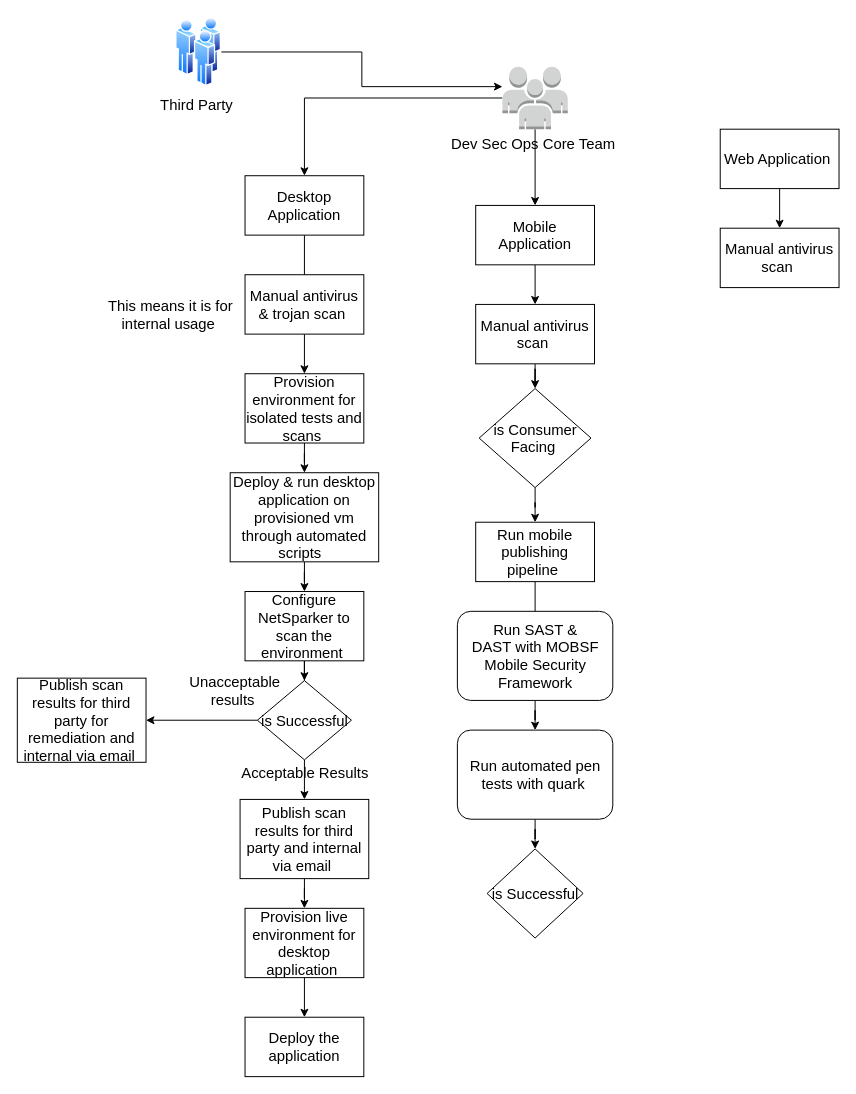
tyger-rareatom/consulting-architectures keeps this draw.io diagram as page "External process" (3 of 3) of icurity.drawio. Above is the earlier version. Source tidied: cells renumbered, new cells numbered last; positions are measured from the earlier drawing's top-left corner, leaving out a move shared by most shapes. Both pictures are drawn from the tidied source at 99%, with x=0, y=0 at pixel (17, 17).
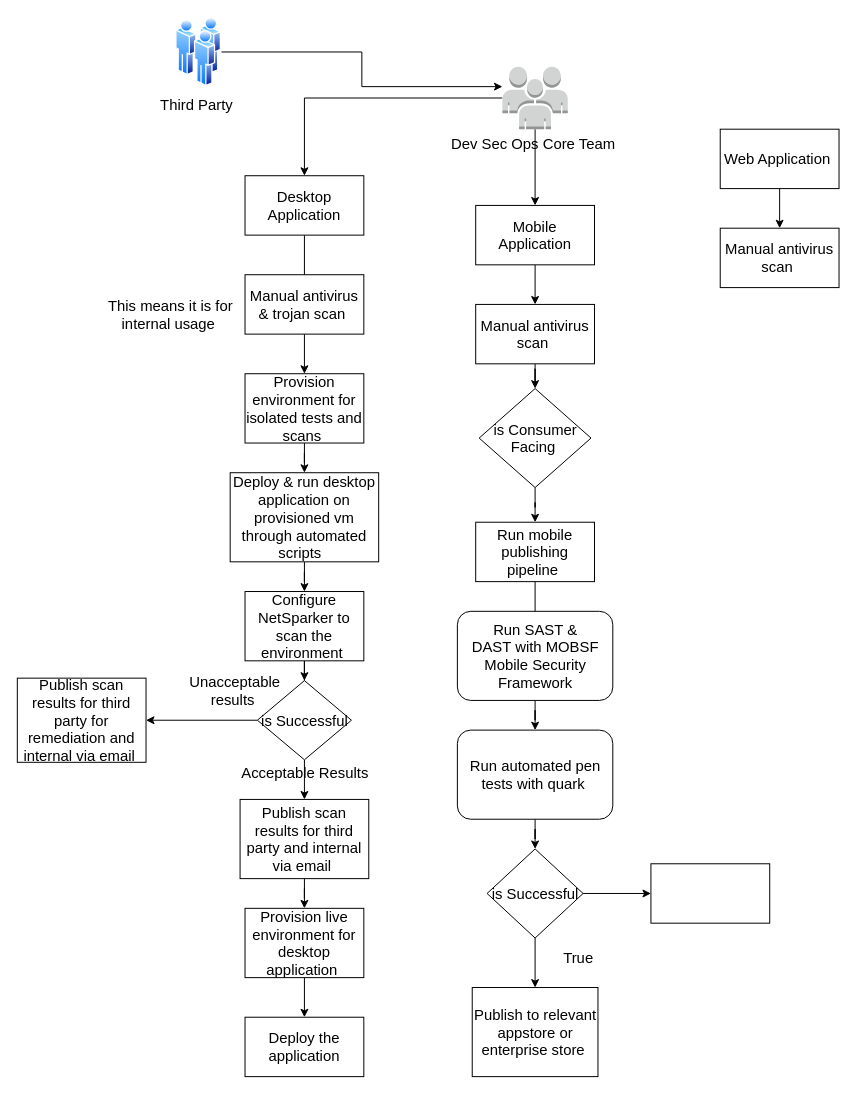
The same diagram, later.

The change refers to these unchanged cells:
```xml
<mxCell id="44" value="is Successful" style="rhombus;whiteSpace=wrap;html=1;fontSize=15;" parent="1" vertex="1">
  <mxGeometry x="474.5" y="840" width="97" height="90" as="geometry" />
</mxCell>
```

Diff of the diagram source:
```diff
@@
+    <mxCell id="45" style="edgeStyle=orthogonalEdgeStyle;rounded=0;jettySize=auto;html=1;fontSize=15;" parent="1" edge="1" source="44" target="47">
+      <mxGeometry relative="1" as="geometry" />
+    </mxCell>
+    <mxCell id="46" style="edgeStyle=orthogonalEdgeStyle;rounded=0;jettySize=auto;html=1;fontSize=15;" parent="1" edge="1" source="44" target="49">
+      <mxGeometry relative="1" as="geometry" />
+    </mxCell>
@@
+    <mxCell id="47" value="Publish to relevant appstore or enterprise store&amp;nbsp;" style="rounded=0;whiteSpace=wrap;html=1;fontSize=15;" parent="1" vertex="1">
+      <mxGeometry x="459.5" y="980" width="127" height="90" as="geometry" />
+    </mxCell>
+    <mxCell id="48" value="True" style="text;html=1;strokeColor=none;fillColor=none;align=center;verticalAlign=middle;whiteSpace=wrap;rounded=0;fontSize=15;" parent="1" vertex="1">
+      <mxGeometry x="547" y="940" width="40" height="20" as="geometry" />
+    </mxCell>
+    <mxCell id="49" style="rounded=0;whiteSpace=wrap;html=1;fontSize=15;" parent="1" vertex="1">
+      <mxGeometry x="640" y="855" width="120" height="60" as="geometry" />
+    </mxCell>
```
